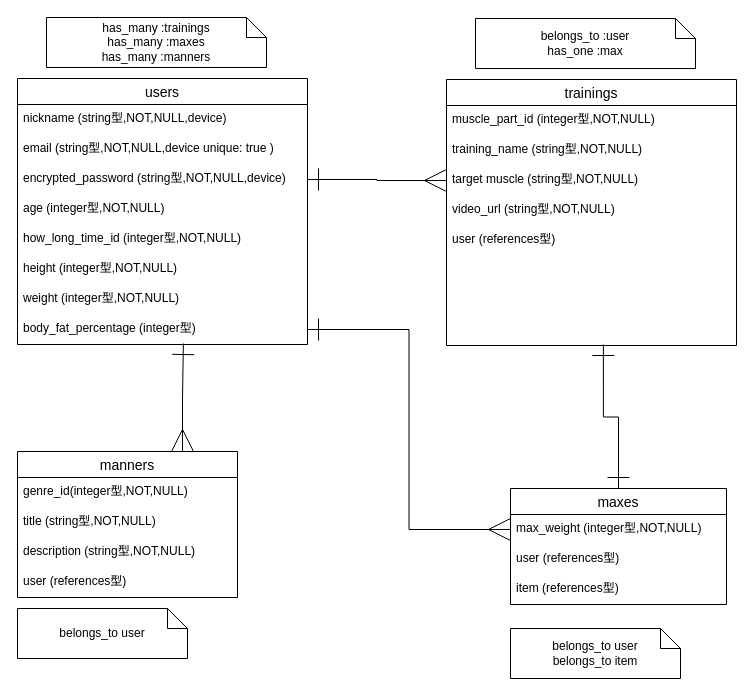
Earlier version of the draw.io diagram ER.dio (Yurai-0820/my-try). Source tidied: cells renumbered, new cells numbered last; positions are measured from the earlier drawing's top-left corner, leaving out a move shared by most shapes. Both pictures are drawn from the tidied source at 100%, with x=0, y=0 at pixel (17, 17).
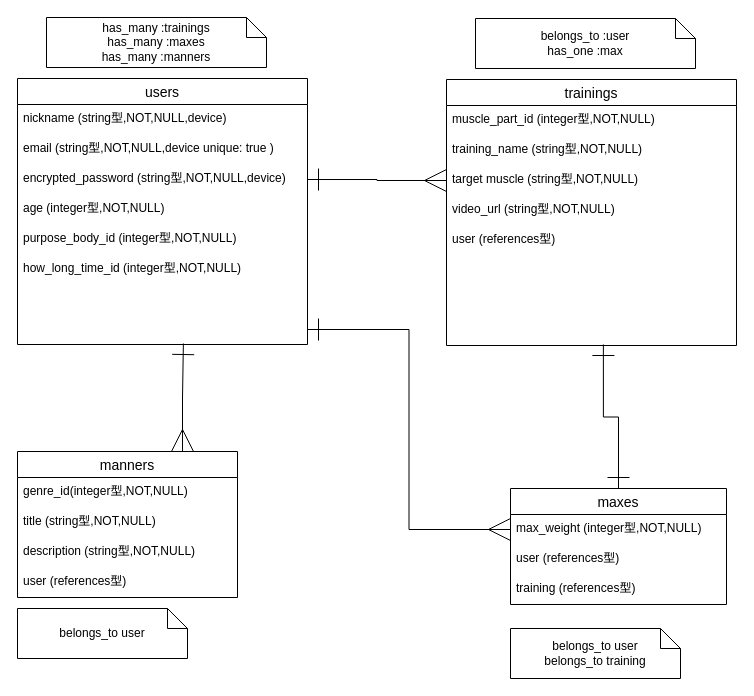
After the change.

Commit message (it also covers changes not shown here):
データベース設計

Unchanged cells that the change refers to:
```xml
<mxCell id="2" value="users" style="swimlane;fontStyle=0;horizontal=1;startSize=26;align=center;fontSize=14;" parent="1" vertex="1">
  <mxGeometry y="61" width="290" height="266" as="geometry" />
</mxCell>
<mxCell id="23" value="maxes" style="swimlane;fontStyle=0;horizontal=1;startSize=26;align=center;fontSize=14;" parent="1" vertex="1">
  <mxGeometry x="493" y="471" width="216" height="116" as="geometry" />
</mxCell>
```

Diff of the diagram source:
```diff
@@
-    <mxCell id="7" value="how_long_time_id (integer型,NOT,NULL)" style="text;strokeColor=none;fillColor=none;spacingLeft=4;spacingRight=4;overflow=hidden;fontSize=12;" parent="2" vertex="1">
+    <mxCell id="7" value="purpose_body_id (integer型,NOT,NULL)" style="text;strokeColor=none;fillColor=none;spacingLeft=4;spacingRight=4;overflow=hidden;fontSize=12;" parent="2" vertex="1">
       <mxGeometry y="146" width="290" height="30" as="geometry" />
     </mxCell>
-    <mxCell id="8" value="height (integer型,NOT,NULL)" style="text;strokeColor=none;fillColor=none;spacingLeft=4;spacingRight=4;overflow=hidden;fontSize=12;" parent="2" vertex="1">
+    <mxCell id="8" value="how_long_time_id (integer型,NOT,NULL)" style="text;strokeColor=none;fillColor=none;spacingLeft=4;spacingRight=4;overflow=hidden;fontSize=12;" parent="2" vertex="1">
       <mxGeometry y="176" width="290" height="30" as="geometry" />
     </mxCell>
-    <mxCell id="9" value="weight (integer型,NOT,NULL)" style="text;strokeColor=none;fillColor=none;spacingLeft=4;spacingRight=4;overflow=hidden;fontSize=12;" parent="2" vertex="1">
+    <mxCell id="9" style="text;strokeColor=none;fillColor=none;spacingLeft=4;spacingRight=4;overflow=hidden;fontSize=12;" parent="2" vertex="1">
       <mxGeometry y="206" width="290" height="30" as="geometry" />
     </mxCell>
-    <mxCell id="10" value="body_fat_percentage (integer型)" style="text;strokeColor=none;fillColor=none;spacingLeft=4;spacingRight=4;overflow=hidden;points=[[0,0.5],[1,0.5]];portConstraint=eastwest;fontSize=12;" parent="2" vertex="1">
+    <mxCell id="10" style="text;strokeColor=none;fillColor=none;spacingLeft=4;spacingRight=4;overflow=hidden;points=[[0,0.5],[1,0.5]];portConstraint=eastwest;fontSize=12;" parent="2" vertex="1">
       <mxGeometry y="236" width="290" height="30" as="geometry" />
     </mxCell>
@@
-    <mxCell id="26" value="item (references型)" style="text;strokeColor=none;fillColor=none;spacingLeft=4;spacingRight=4;overflow=hidden;fontSize=12;" parent="23" vertex="1">
+    <mxCell id="26" value="training (references型)" style="text;strokeColor=none;fillColor=none;spacingLeft=4;spacingRight=4;overflow=hidden;fontSize=12;" parent="23" vertex="1">
       <mxGeometry y="86" width="216" height="30" as="geometry" />
     </mxCell>
-    <mxCell id="27" value="belongs_to user&lt;br&gt;belongs_to item" style="shape=note;size=20;whiteSpace=wrap;html=1;" parent="1" vertex="1">
+    <mxCell id="27" value="belongs_to user&lt;br&gt;belongs_to training" style="shape=note;size=20;whiteSpace=wrap;html=1;" parent="1" vertex="1">
       <mxGeometry x="493" y="611" width="170" height="50" as="geometry" />
     </mxCell>
```
